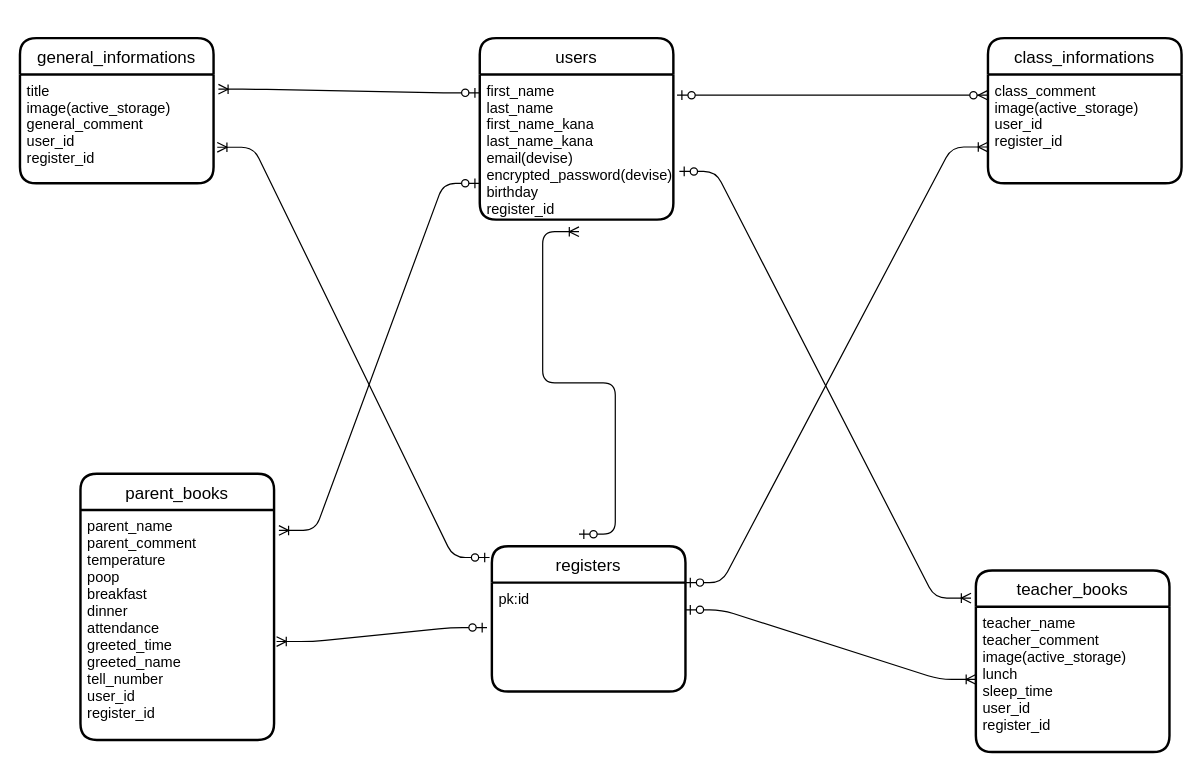
JukiyaKikuchi/contact keeps this draw.io diagram as page "ページ1" (1 of 2) of app/contact.dio. Above is the earlier version. Source tidied: cells renumbered, new cells numbered last; positions are measured from the earlier drawing's top-left corner, leaving out a move shared by most shapes. Both pictures are drawn from the tidied source at 121%, with x=0, y=0 at pixel (19, 38).
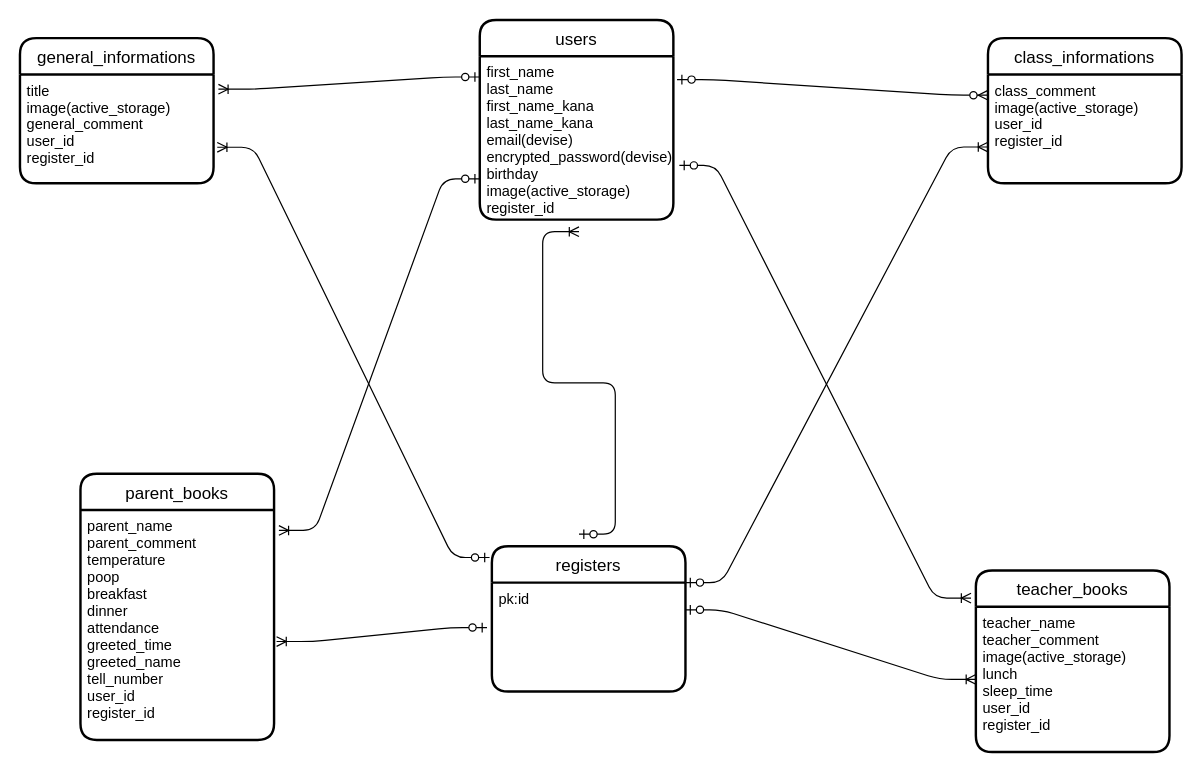
After the change.

Commit message:
dio修正（usersテーブルに画像カラム追加）

The edit, as a diff of the source:
```diff
@@
     <mxCell id="2" value="users" style="swimlane;horizontal=1;startSize=30;rounded=1;fontSize=14;fontStyle=0;strokeWidth=2;shadow=0;dashed=0;align=center;" parent="1" vertex="1">
-      <mxGeometry x="380" width="160" height="150" as="geometry" />
+      <mxGeometry x="380" y="-15" width="160" height="165" as="geometry" />
     </mxCell>
-    <mxCell id="3" value="first_name&#10;last_name&#10;first_name_kana&#10;last_name_kana&#10;email(devise)&#10;encrypted_password(devise)&#10;birthday&#10;register_id" style="align=left;strokeColor=none;fillColor=none;spacingLeft=4;fontSize=12;verticalAlign=top;" parent="2" vertex="1">
-      <mxGeometry y="30" width="160" height="120" as="geometry" />
+    <mxCell id="3" value="first_name&#10;last_name&#10;first_name_kana&#10;last_name_kana&#10;email(devise)&#10;encrypted_password(devise)&#10;birthday&#10;image(active_storage)&#10;register_id" style="align=left;strokeColor=none;fillColor=none;spacingLeft=4;fontSize=12;verticalAlign=top;" parent="2" vertex="1">
+      <mxGeometry y="30" width="160" height="135" as="geometry" />
     </mxCell>
```
